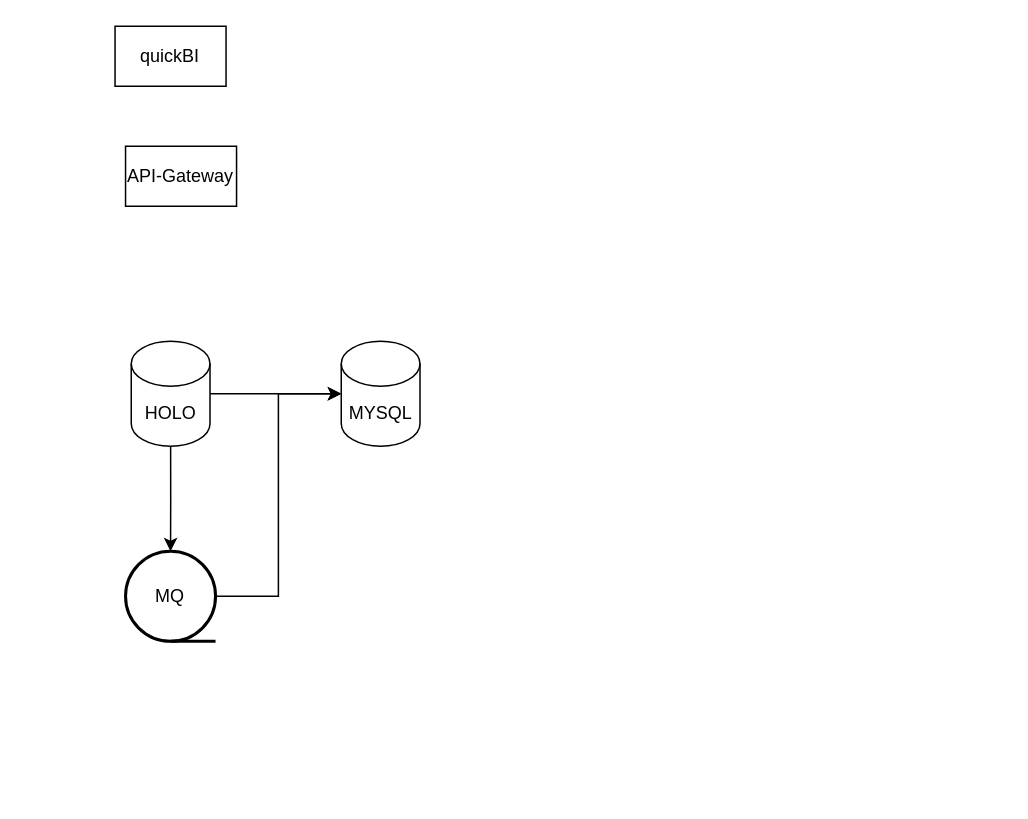
Earlier version of the draw.io diagram 2025-渠道数据现状.drawio (shixiaoding/draw). Source tidied: cells renumbered, new cells numbered last; positions are measured from the earlier drawing's top-left corner, leaving out a move shared by most shapes. Both pictures are drawn from the tidied source at 150%, with x=0, y=0 at pixel (114, 26).
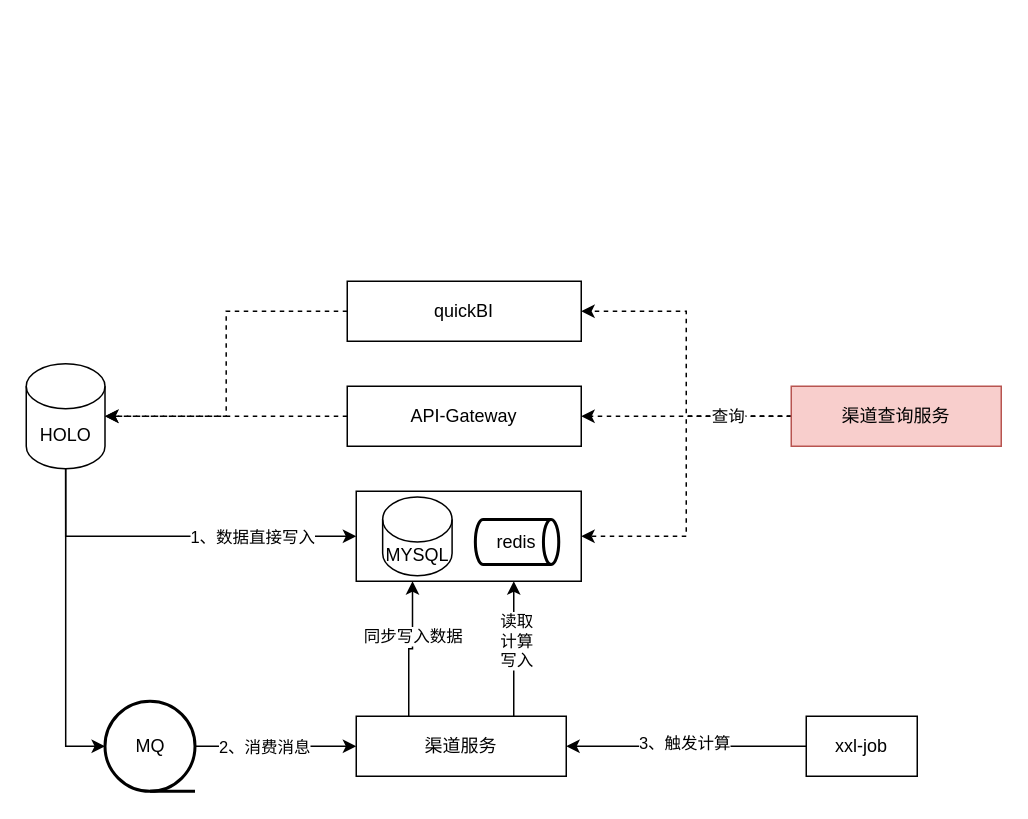
Above is the later version.

Commit message (it also covers changes not shown here):
更新2025-渠道数据现状.drawio

What changed in the source:
```diff
@@
+    <mxCell id="10" style="edgeStyle=orthogonalEdgeStyle;rounded=0;jettySize=auto;html=1;exitX=0.5;exitY=1;exitDx=0;exitDy=0;exitPerimeter=0;entryX=0;entryY=0.5;entryDx=0;entryDy=0;" parent="1" edge="1" source="2" target="23">
+      <mxGeometry relative="1" as="geometry" />
+    </mxCell>
+    <mxCell id="11" value="1、数据直接写入" style="edgeLabel;html=1;align=center;verticalAlign=middle;" parent="10" vertex="1">
+      <mxGeometry x="-0.03" y="1" relative="1" as="geometry">
+        <mxPoint x="53" y="1" as="offset" />
+      </mxGeometry>
+    </mxCell>
     <mxCell id="2" value="HOLO" style="shape=cylinder3;whiteSpace=wrap;html=1;boundedLbl=1;backgroundOutline=1;size=15;" parent="1" vertex="1">
-      <mxGeometry x="11" y="210" width="52.5" height="70" as="geometry" />
+      <mxGeometry x="-59" y="225" width="52.5" height="70" as="geometry" />
     </mxCell>
-    <mxCell id="3" value="MYSQL" style="shape=cylinder3;whiteSpace=wrap;html=1;boundedLbl=1;backgroundOutline=1;size=15;" parent="1" vertex="1">
-      <mxGeometry x="151" y="210" width="52.5" height="70" as="geometry" />
-    </mxCell>
-    <mxCell id="4" style="edgeStyle=orthogonalEdgeStyle;rounded=0;jettySize=auto;html=1;entryX=0;entryY=0.5;entryDx=0;entryDy=0;entryPerimeter=0;" parent="1" edge="1" source="2" target="3">
-      <mxGeometry relative="1" as="geometry" />
-    </mxCell>
+    <mxCell id="12" style="edgeStyle=orthogonalEdgeStyle;rounded=0;jettySize=auto;html=1;entryX=0;entryY=0.5;entryDx=0;entryDy=0;" parent="1" edge="1" source="5" target="21">
+      <mxGeometry relative="1" as="geometry" />
+    </mxCell>
+    <mxCell id="13" value="2、消费消息" style="edgeLabel;html=1;align=center;verticalAlign=middle;" parent="12" vertex="1">
+      <mxGeometry x="-0.28" y="3" relative="1" as="geometry">
+        <mxPoint x="7" y="3" as="offset" />
+      </mxGeometry>
+    </mxCell>
     <mxCell id="5" value="MQ" style="strokeWidth=2;html=1;shape=mxgraph.flowchart.sequential_data;whiteSpace=wrap;" parent="1" vertex="1">
-      <mxGeometry x="7.2" y="350" width="60" height="60" as="geometry" />
+      <mxGeometry x="-6.5" y="450" width="60" height="60" as="geometry" />
     </mxCell>
-    <mxCell id="6" style="edgeStyle=orthogonalEdgeStyle;rounded=0;jettySize=auto;html=1;exitX=0.5;exitY=1;exitDx=0;exitDy=0;exitPerimeter=0;entryX=0.5;entryY=0;entryDx=0;entryDy=0;entryPerimeter=0;" parent="1" edge="1" source="2" target="5">
-      <mxGeometry relative="1" as="geometry" />
-    </mxCell>
-    <mxCell id="7" style="edgeStyle=orthogonalEdgeStyle;rounded=0;jettySize=auto;html=1;entryX=0;entryY=0.5;entryDx=0;entryDy=0;entryPerimeter=0;" parent="1" edge="1" source="5" target="3">
-      <mxGeometry relative="1" as="geometry" />
-    </mxCell>
     <mxCell id="8" value="quickBI" style="rounded=0;whiteSpace=wrap;html=1;" parent="1" vertex="1">
-      <mxGeometry x="0.2" width="74" height="40" as="geometry" />
+      <mxGeometry x="155" y="170" width="156" height="40" as="geometry" />
     </mxCell>
     <mxCell id="9" value="API-Gateway" style="rounded=0;whiteSpace=wrap;html=1;" parent="1" vertex="1">
-      <mxGeometry x="7.2" y="80" width="74" height="40" as="geometry" />
+      <mxGeometry x="155" y="240" width="156" height="40" as="geometry" />
     </mxCell>
+    <mxCell id="14" style="edgeStyle=orthogonalEdgeStyle;rounded=0;jettySize=auto;html=1;entryX=1;entryY=0.5;entryDx=0;entryDy=0;" parent="1" edge="1" source="16" target="21">
+      <mxGeometry relative="1" as="geometry" />
+    </mxCell>
+    <mxCell id="15" value="3、触发计算" style="edgeLabel;html=1;align=center;verticalAlign=middle;" parent="14" vertex="1">
+      <mxGeometry x="0.02" y="-3" relative="1" as="geometry" />
+    </mxCell>
+    <mxCell id="16" value="xxl-job" style="rounded=0;whiteSpace=wrap;html=1;" parent="1" vertex="1">
+      <mxGeometry x="461" y="460" width="74" height="40" as="geometry" />
+    </mxCell>
+    <mxCell id="17" style="edgeStyle=orthogonalEdgeStyle;rounded=0;jettySize=auto;html=1;exitX=0.25;exitY=0;exitDx=0;exitDy=0;entryX=0.25;entryY=1;entryDx=0;entryDy=0;" parent="1" edge="1" source="21" target="23">
+      <mxGeometry relative="1" as="geometry" />
+    </mxCell>
+    <mxCell id="18" value="同步写入数据" style="edgeLabel;html=1;align=center;verticalAlign=middle;" parent="17" vertex="1">
+      <mxGeometry x="0.22" y="1" relative="1" as="geometry">
+        <mxPoint x="1" as="offset" />
+      </mxGeometry>
+    </mxCell>
+    <mxCell id="19" style="edgeStyle=orthogonalEdgeStyle;rounded=0;jettySize=auto;html=1;exitX=0.75;exitY=0;exitDx=0;exitDy=0;" parent="1" edge="1" source="21">
+      <mxGeometry relative="1" as="geometry">
+        <mxPoint x="266" y="370" as="targetPoint" />
+      </mxGeometry>
+    </mxCell>
+    <mxCell id="20" value="读取&lt;div&gt;计算&lt;/div&gt;&lt;div&gt;&lt;span style=&quot;color: light-dark(rgb(0, 0, 0), rgb(255, 255, 255));&quot;&gt;写入&lt;/span&gt;&lt;/div&gt;" style="edgeLabel;html=1;align=center;verticalAlign=middle;" parent="19" vertex="1">
+      <mxGeometry x="0.13" y="-1" relative="1" as="geometry" />
+    </mxCell>
+    <mxCell id="21" value="渠道服务" style="rounded=0;whiteSpace=wrap;html=1;" parent="1" vertex="1">
+      <mxGeometry x="161" y="460" width="140" height="40" as="geometry" />
+    </mxCell>
+    <mxCell id="6" style="edgeStyle=orthogonalEdgeStyle;rounded=0;jettySize=auto;html=1;entryX=0;entryY=0.5;entryDx=0;entryDy=0;entryPerimeter=0;" parent="1" edge="1" source="2" target="5">
+      <mxGeometry relative="1" as="geometry" />
+    </mxCell>
+    <mxCell id="22" style="group;" parent="1" vertex="1">
+      <mxGeometry x="161" y="310" width="150" height="60" as="geometry" />
+    </mxCell>
+    <mxCell id="23" style="rounded=0;whiteSpace=wrap;html=1;" parent="22" vertex="1">
+      <mxGeometry width="150" height="60" as="geometry" />
+    </mxCell>
+    <mxCell id="3" value="MYSQL" style="shape=cylinder3;whiteSpace=wrap;html=1;boundedLbl=1;backgroundOutline=1;size=15;" parent="22" vertex="1">
+      <mxGeometry x="17.6" y="3.8" width="46.3" height="52.5" as="geometry" />
+    </mxCell>
+    <mxCell id="24" value="redis" style="strokeWidth=2;html=1;shape=mxgraph.flowchart.direct_data;whiteSpace=wrap;" parent="22" vertex="1">
+      <mxGeometry x="79.4" y="18.8" width="55.6" height="30" as="geometry" />
+    </mxCell>
+    <mxCell id="25" style="edgeStyle=orthogonalEdgeStyle;rounded=0;jettySize=auto;html=1;entryX=1;entryY=0.5;entryDx=0;entryDy=0;dashed=1;" parent="1" edge="1" source="29" target="8">
+      <mxGeometry relative="1" as="geometry" />
+    </mxCell>
+    <mxCell id="26" style="edgeStyle=orthogonalEdgeStyle;rounded=0;jettySize=auto;html=1;exitX=0;exitY=0.5;exitDx=0;exitDy=0;dashed=1;" parent="1" edge="1" source="29" target="9">
+      <mxGeometry relative="1" as="geometry" />
+    </mxCell>
+    <mxCell id="27" style="edgeStyle=orthogonalEdgeStyle;rounded=0;jettySize=auto;html=1;exitX=0;exitY=0.5;exitDx=0;exitDy=0;entryX=1;entryY=0.5;entryDx=0;entryDy=0;dashed=1;" parent="1" edge="1" source="29" target="23">
+      <mxGeometry relative="1" as="geometry" />
+    </mxCell>
+    <mxCell id="28" value="查询" style="edgeLabel;html=1;align=center;verticalAlign=middle;" parent="27" vertex="1">
+      <mxGeometry x="-0.61" y="-1" relative="1" as="geometry" />
+    </mxCell>
+    <mxCell id="29" value="渠道查询服务" style="rounded=0;whiteSpace=wrap;html=1;fillColor=#f8cecc;strokeColor=#b85450;" parent="1" vertex="1">
+      <mxGeometry x="451" y="240" width="140" height="40" as="geometry" />
+    </mxCell>
+    <mxCell id="30" style="edgeStyle=orthogonalEdgeStyle;rounded=0;jettySize=auto;html=1;entryX=1;entryY=0.5;entryDx=0;entryDy=0;entryPerimeter=0;dashed=1;" parent="1" edge="1" source="8" target="2">
+      <mxGeometry relative="1" as="geometry" />
+    </mxCell>
+    <mxCell id="31" style="edgeStyle=orthogonalEdgeStyle;rounded=0;jettySize=auto;html=1;entryX=1;entryY=0.5;entryDx=0;entryDy=0;entryPerimeter=0;dashed=1;" parent="1" edge="1" source="9" target="2">
+      <mxGeometry relative="1" as="geometry" />
+    </mxCell>
```
